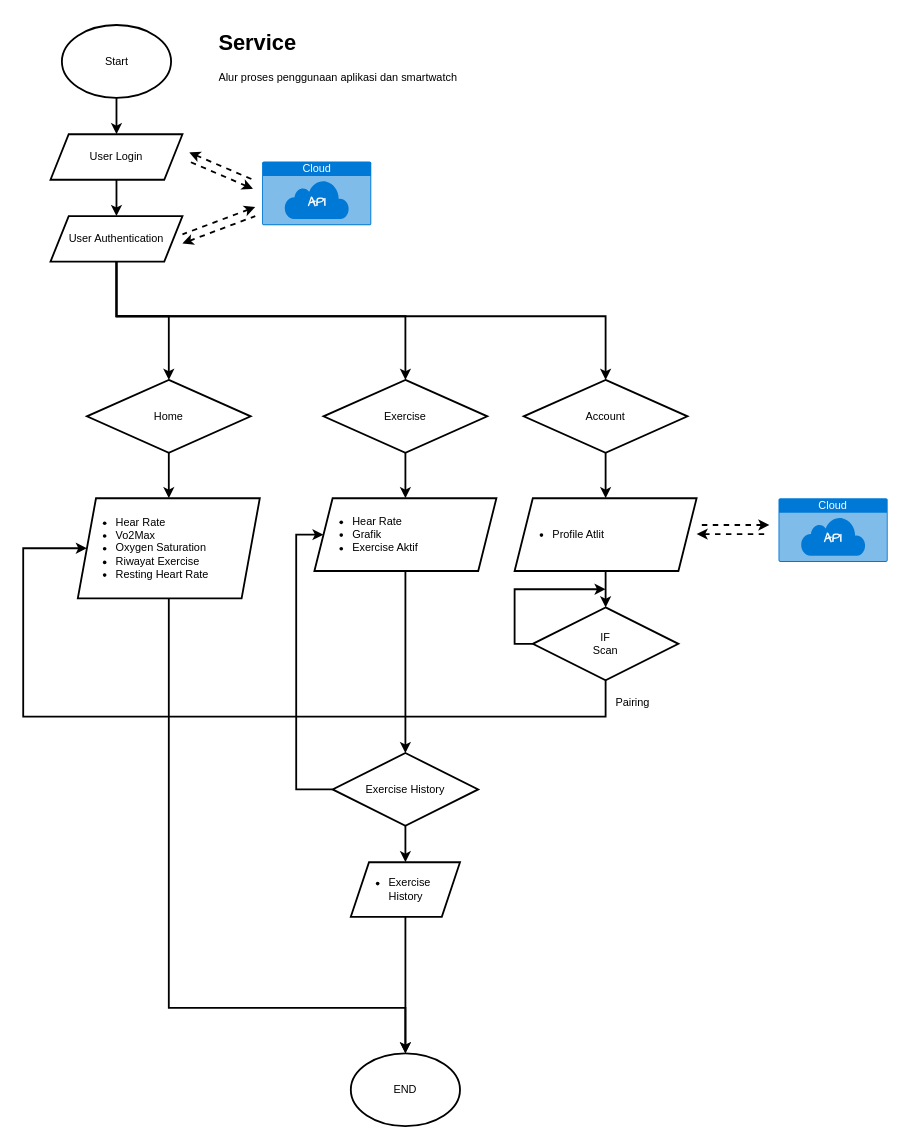
Earlier version of the draw.io diagram Smartwatch.drawio (ilhamdestyo/draw.io). Source tidied: cells renumbered, new cells numbered last; positions are measured from the earlier drawing's top-left corner, leaving out a move shared by most shapes. Both pictures are drawn from the tidied source at 91%, with x=0, y=0 at pixel (23, 25).
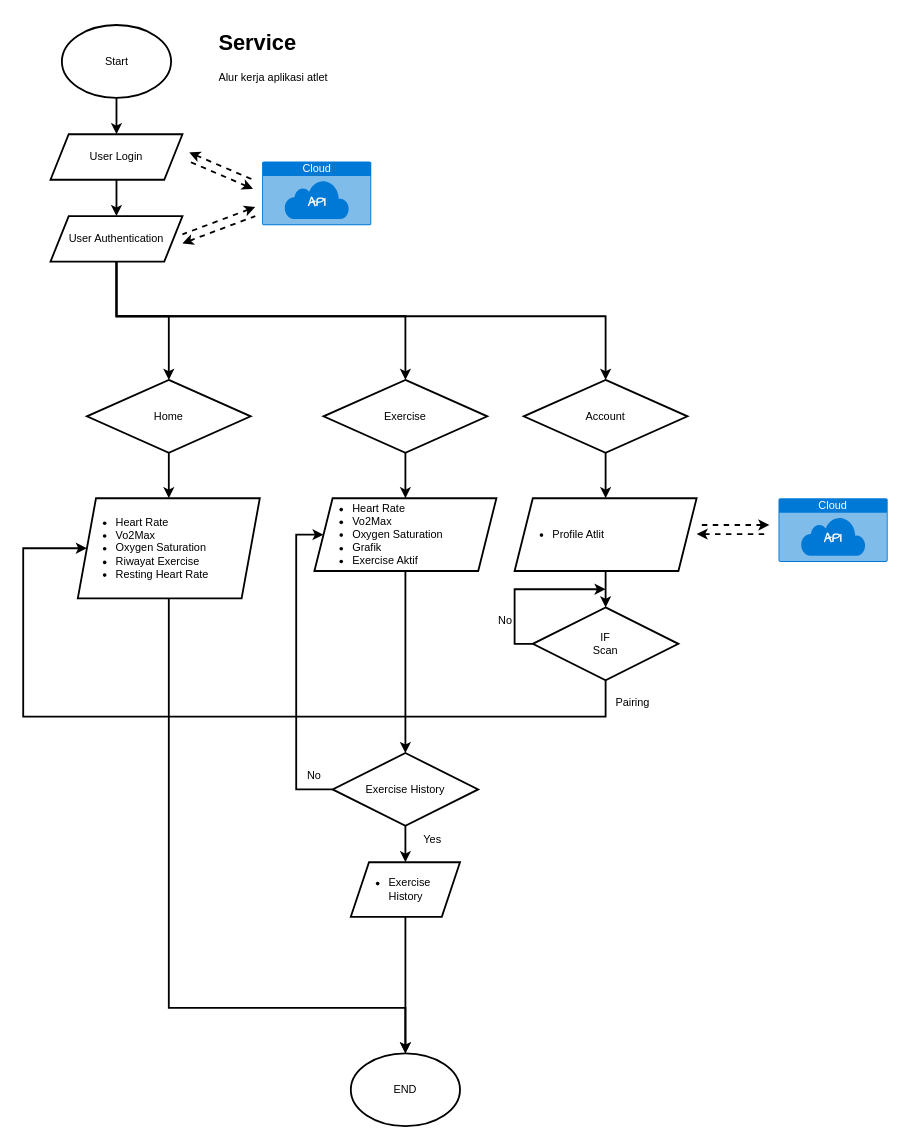
The same page after the edit.

Change to the diagram source:
```diff
@@
-    <mxCell id="17" value="&lt;ul&gt;&lt;li&gt;Hear Rate&lt;/li&gt;&lt;li&gt;Vo2Max&lt;/li&gt;&lt;li&gt;Oxygen Saturation&lt;/li&gt;&lt;li&gt;Riwayat Exercise&lt;/li&gt;&lt;li&gt;Resting Heart Rate&lt;/li&gt;&lt;/ul&gt;" style="shape=parallelogram;perimeter=parallelogramPerimeter;whiteSpace=wrap;html=1;fixedSize=1;align=left;strokeWidth=2;" parent="1" vertex="1">
+    <mxCell id="17" value="&lt;ul&gt;&lt;li&gt;Heart Rate&lt;/li&gt;&lt;li&gt;Vo2Max&lt;/li&gt;&lt;li&gt;Oxygen Saturation&lt;/li&gt;&lt;li&gt;Riwayat Exercise&lt;/li&gt;&lt;li&gt;Resting Heart Rate&lt;/li&gt;&lt;/ul&gt;" style="shape=parallelogram;perimeter=parallelogramPerimeter;whiteSpace=wrap;html=1;fixedSize=1;align=left;strokeWidth=2;" parent="1" vertex="1">
       <mxGeometry x="60" y="520" width="200" height="110" as="geometry" />
     </mxCell>
@@
-    <mxCell id="19" value="&lt;ul&gt;&lt;li&gt;Hear Rate&lt;/li&gt;&lt;li&gt;Grafik&lt;/li&gt;&lt;li&gt;Exercise Aktif&lt;/li&gt;&lt;/ul&gt;" style="shape=parallelogram;perimeter=parallelogramPerimeter;whiteSpace=wrap;html=1;fixedSize=1;align=left;strokeWidth=2;" parent="1" vertex="1">
+    <mxCell id="19" value="&lt;ul&gt;&lt;li&gt;Heart Rate&lt;/li&gt;&lt;li&gt;Vo2Max&lt;/li&gt;&lt;li&gt;Oxygen Saturation&lt;/li&gt;&lt;li&gt;Grafik&lt;/li&gt;&lt;li&gt;Exercise Aktif&lt;/li&gt;&lt;/ul&gt;" style="shape=parallelogram;perimeter=parallelogramPerimeter;whiteSpace=wrap;html=1;fixedSize=1;align=left;strokeWidth=2;" parent="1" vertex="1">
       <mxGeometry x="320" y="520" width="200" height="80" as="geometry" />
     </mxCell>
@@
-    <mxCell id="44" value="&lt;h1&gt;Service&lt;/h1&gt;&lt;p&gt;Alur proses penggunaan aplikasi dan smartwatch&amp;nbsp;&lt;/p&gt;" style="text;html=1;strokeColor=none;fillColor=none;spacing=5;spacingTop=-20;whiteSpace=wrap;overflow=hidden;rounded=0;" parent="1" vertex="1">
+    <mxCell id="44" value="&lt;h1&gt;Service&lt;/h1&gt;&lt;p&gt;Alur kerja aplikasi atlet&amp;nbsp;&lt;/p&gt;" style="text;html=1;strokeColor=none;fillColor=none;spacing=5;spacingTop=-20;whiteSpace=wrap;overflow=hidden;rounded=0;" parent="1" vertex="1">
       <mxGeometry x="210" width="320" height="70" as="geometry" />
     </mxCell>
+    <mxCell id="45" value="No" style="text;html=1;strokeColor=none;fillColor=none;align=center;verticalAlign=middle;whiteSpace=wrap;rounded=0;" parent="1" vertex="1">
+      <mxGeometry x="500" y="640" width="60" height="30" as="geometry" />
+    </mxCell>
+    <mxCell id="46" value="No" style="text;html=1;strokeColor=none;fillColor=none;align=center;verticalAlign=middle;whiteSpace=wrap;rounded=0;" parent="1" vertex="1">
+      <mxGeometry x="290" y="810" width="60" height="30" as="geometry" />
+    </mxCell>
+    <mxCell id="47" value="Yes" style="text;html=1;strokeColor=none;fillColor=none;align=center;verticalAlign=middle;whiteSpace=wrap;rounded=0;" parent="1" vertex="1">
+      <mxGeometry x="420" y="880" width="60" height="30" as="geometry" />
+    </mxCell>
```
